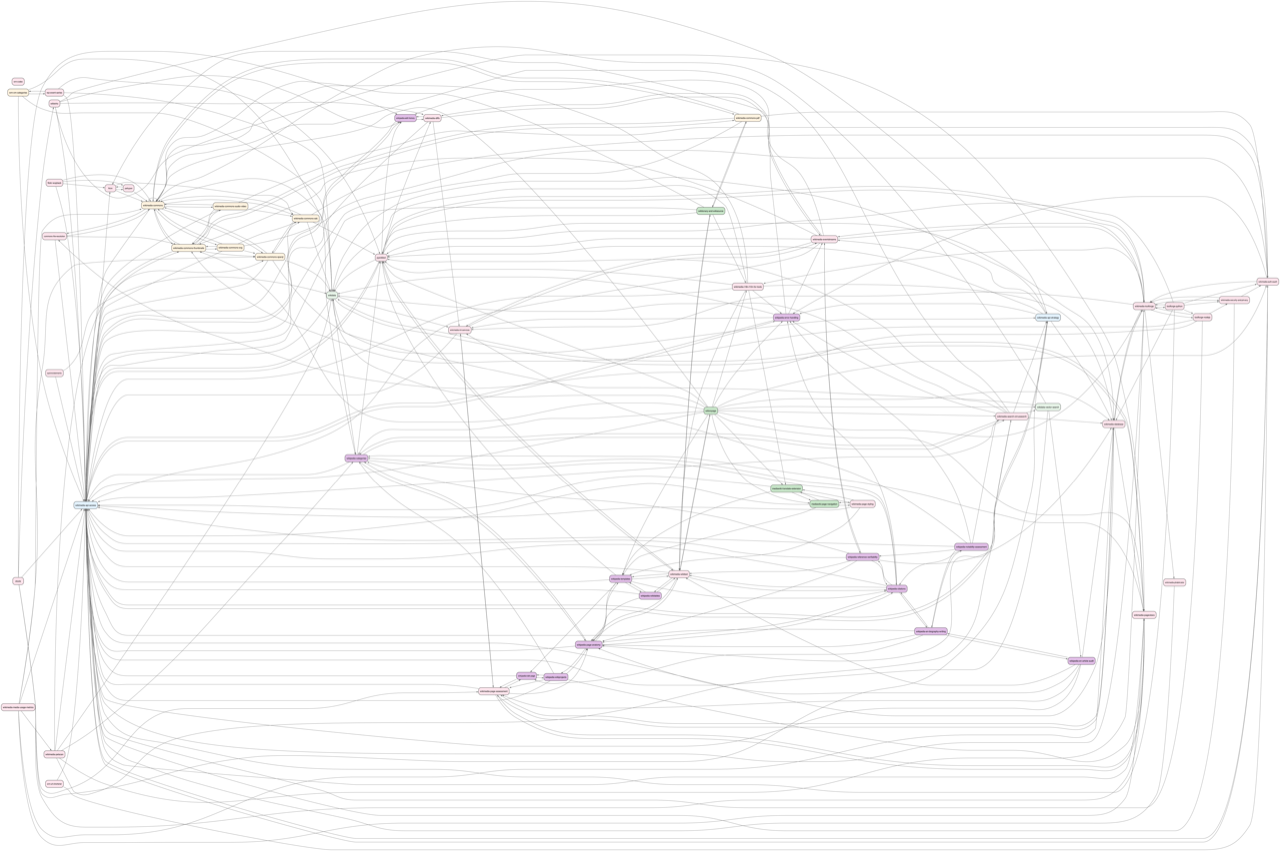
Earlier version of the Graphviz export docs/skills-network.png (fuzheado/Wikipedia-AI-Skills). Its source is kept beside it as docs/skills-network.dot.
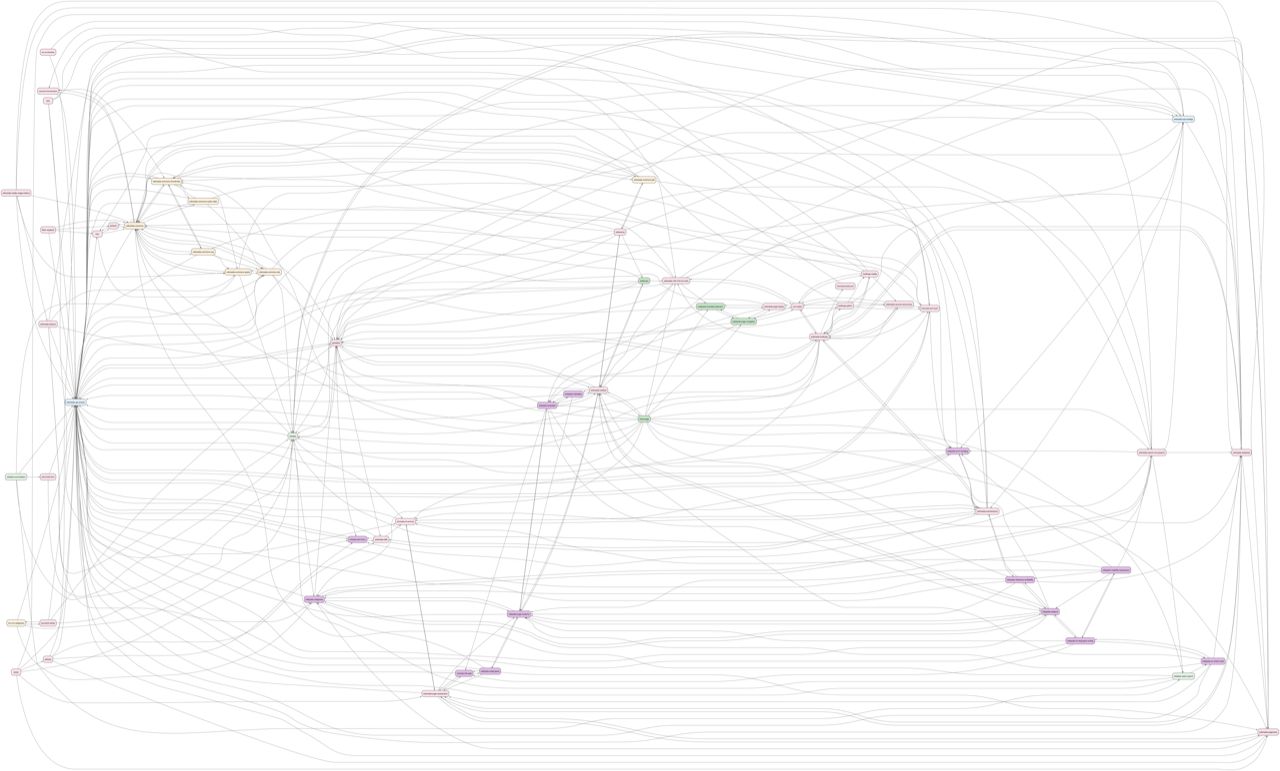
Above is the later version.

The edit, as a diff of the source:
```diff
@@ -8,17 +8,19 @@
   "flickr-wayback-recovery" [label="flickr-wayback", fillcolor="#fce4ec", style="filled,rounded", fontsize=11];
   "mediawiki-page-navigation" [label="mediawiki-page-navigation", fillcolor="#c8e6c9", style="filled,rounded", fontsize=11];
   "mediawiki-translate-extension" [label="mediawiki-translate-extension", fillcolor="#c8e6c9", style="filled,rounded", fontsize=11];
+  "mint" [label="mint", fillcolor="#fce4ec", style="filled,rounded", fontsize=11];
   "pattypan" [label="pattypan", fillcolor="#fce4ec", style="filled,rounded", fontsize=10];
   "pywikibot" [label="pywikibot", fillcolor="#fce4ec", style="filled,rounded", fontsize=11];
   "quickstatements" [label="quickstatements", fillcolor="#fce4ec", style="filled,rounded", fontsize=10];
   "toolforge-nodejs" [label="toolforge-nodejs", fillcolor="#fce4ec", style="filled,rounded", fontsize=11];
   "toolforge-python" [label="toolforge-python", fillcolor="#fce4ec", style="filled,rounded", fontsize=11];
   "wikidata" [label="wikidata", fillcolor="#e8f5e9", style="filled,rounded", fontsize=11];
+  "wikidata-reconciliation" [label="wikidata-reconciliation", fillcolor="#e8f5e9", style="filled,rounded", fontsize=11];
   "wikidata-vector-search" [label="wikidata-vector-search", fillcolor="#e8f5e9", style="filled,rounded", fontsize=11];
   "wikimedia-api-access" [label="wikimedia-api-access", fillcolor="#e3f2fd", style="filled,rounded", fontsize=11];
   "wikimedia-api-strategy" [label="wikimedia-api-strategy", fillcolor="#e3f2fd", style="filled,rounded", fontsize=11];
   "wikimedia-auth-oauth" [label="wikimedia-auth-oauth", fillcolor="#fce4ec", style="filled,rounded", fontsize=10];
-  "wikimedia-codex" [label="wm-codex", fillcolor="#fce4ec", style="filled,rounded", fontsize=10];
+  "wikimedia-codex" [label="wm-codex", fillcolor="#fce4ec", style="filled,rounded", fontsize=11];
   "wikimedia-commons" [label="wikimedia-commons", fillcolor="#fff3e0", style="filled,rounded", fontsize=11];
   "wikimedia-commons-audio-video" [label="wikimedia-commons-audio-video", fillcolor="#fff3e0", style="filled,rounded", fontsize=11];
   "wikimedia-commons-categories" [label="wm-cm-categories", fillcolor="#fff3e0", style="filled,rounded", fontsize=11];
@@ -39,7 +41,7 @@
   "wikimedia-petscan" [label="wikimedia-petscan", fillcolor="#fce4ec", style="filled,rounded", fontsize=11];
   "wikimedia-phabricator" [label="wikimedia-phabricator", fillcolor="#fce4ec", style="filled,rounded", fontsize=10];
   "wikimedia-search-cirrussearch" [label="wikimedia-search-cirrussearch", fillcolor="#fce4ec", style="filled,rounded", fontsize=11];
-  "wikimedia-security-and-privacy" [label="wikimedia-security-and-privacy", fillcolor="#fce4ec", style="filled,rounded", fontsize=10];
+  "wikimedia-security-and-privacy" [label="wikimedia-security-and-privacy", fillcolor="#fce4ec", style="filled,rounded", fontsize=11];
   "wikimedia-toolforge" [label="wikimedia-toolforge", fillcolor="#fce4ec", style="filled,rounded", fontsize=11];
   "wikimedia-url-shortener" [label="wm-url-shortener", fillcolor="#fce4ec", style="filled,rounded", fontsize=10];
   "wikimedia-wikitext" [label="wikimedia-wikitext", fillcolor="#fce4ec", style="filled,rounded", fontsize=11];
@@ -57,9 +59,10 @@
   "wikipedia-wikiprojects" [label="wikipedia-wikiprojects", fillcolor="#e1bee7", style="filled,rounded", fontsize=11];
   "wikipedia-wikitables" [label="wikipedia-wikitables", fillcolor="#e1bee7", style="filled,rounded", fontsize=11];
   "wikiportraits-event-series" [label="wp-event-series", fillcolor="#fce4ec", style="filled,rounded", fontsize=11];
+  "wikisource" [label="wikisource", fillcolor="#fce4ec", style="filled,rounded", fontsize=11];
   "wikivoyage" [label="wikivoyage", fillcolor="#c8e6c9", style="filled,rounded", fontsize=11];
   "wikiwho" [label="wikiwho", fillcolor="#fce4ec", style="filled,rounded", fontsize=11];
-  "wiktionary-and-wikisource" [label="wiktionary-and-wikisource", fillcolor="#c8e6c9", style="filled,rounded", fontsize=11];
+  "wiktionary" [label="wiktionary", fillcolor="#c8e6c9", style="filled,rounded", fontsize=11];
   "xtools" [label="xtools", fillcolor="#fce4ec", style="filled,rounded", fontsize=11];
 
   "commons-file-resolution" -> "wikimedia-api-access";
@@ -74,12 +77,17 @@
   "flickr-wayback-recovery" -> "wikimedia-commons";
   "mediawiki-page-navigation" -> "mediawiki-translate-extension";
   "mediawiki-page-navigation" -> "wikimedia-api-access";
+  "mediawiki-page-navigation" -> "wikimedia-codex";
   "mediawiki-page-navigation" -> "wikimedia-page-styling";
   "mediawiki-page-navigation" -> "wikipedia-templates";
   "mediawiki-translate-extension" -> "mediawiki-page-navigation";
   "mediawiki-translate-extension" -> "wikimedia-api-access";
   "mediawiki-translate-extension" -> "wikimedia-page-styling";
   "mediawiki-translate-extension" -> "wikipedia-templates";
+  "mint" -> "wikimedia-api-access";
+  "mint" -> "wikimedia-api-strategy";
+  "mint" -> "wikimedia-i18n-l10n-for-tools";
+  "mint" -> "wikimedia-ml-services";
   "pattypan" -> "flickr";
   "pattypan" -> "wikimedia-commons";
   "pywikibot" -> "wikidata";
@@ -93,6 +101,7 @@
   "quickstatements" -> "wikimedia-api-access";
   "toolforge-nodejs" -> "commons-file-resolution";
   "toolforge-nodejs" -> "wikimedia-api-access";
+  "toolforge-nodejs" -> "wikimedia-codex";
   "toolforge-nodejs" -> "wikimedia-commons-thumbnails";
   "toolforge-nodejs" -> "wikimedia-security-and-privacy";
   "toolforge-nodejs" -> "wikimedia-toolforge";
@@ -100,6 +109,7 @@
   "toolforge-python" -> "toolforge-nodejs";
   "toolforge-python" -> "wikimedia-api-access";
   "toolforge-python" -> "wikimedia-auth-oauth";
+  "toolforge-python" -> "wikimedia-codex";
   "toolforge-python" -> "wikimedia-database";
   "toolforge-python" -> "wikimedia-security-and-privacy";
   "toolforge-python" -> "wikimedia-toolforge";
@@ -108,6 +118,11 @@
   "wikidata" -> "wikimedia-ml-services";
   "wikidata" -> "wikimedia-pageviews";
   "wikidata" -> "wikipedia-categories";
+  "wikidata-reconciliation" -> "quickstatements";
+  "wikidata-reconciliation" -> "wikidata";
+  "wikidata-reconciliation" -> "wikidata-vector-search";
+  "wikidata-reconciliation" -> "wikimedia-api-access";
+  "wikidata-reconciliation" -> "wikimedia-commons-sdc";
   "wikidata-vector-search" -> "wikidata";
   "wikidata-vector-search" -> "wikimedia-api-access";
   "wikidata-vector-search" -> "wikimedia-commons";
@@ -128,7 +143,16 @@
   "wikimedia-auth-oauth" -> "wikimedia-api-access";
   "wikimedia-auth-oauth" -> "wikimedia-toolforge";
   "wikimedia-auth-oauth" -> "wikipedia-error-handling";
+  "wikimedia-codex" -> "mediawiki-page-navigation";
+  "wikimedia-codex" -> "toolforge-nodejs";
+  "wikimedia-codex" -> "toolforge-python";
+  "wikimedia-codex" -> "wikimedia-i18n-l10n-for-tools";
+  "wikimedia-codex" -> "wikimedia-page-styling";
+  "wikimedia-codex" -> "wikimedia-security-and-privacy";
+  "wikimedia-codex" -> "wikimedia-toolforge";
   "wikimedia-commons" -> "commons-file-resolution";
+  "wikimedia-commons" -> "pattypan";
+  "wikimedia-commons" -> "pywikibot";
   "wikimedia-commons" -> "wikimedia-api-access";
   "wikimedia-commons" -> "wikimedia-commons";
   "wikimedia-commons" -> "wikimedia-commons-audio-video";
@@ -150,7 +174,7 @@
   "wikimedia-commons-pdf" -> "wikimedia-auth-oauth";
   "wikimedia-commons-pdf" -> "wikimedia-commons";
   "wikimedia-commons-pdf" -> "wikimedia-commons-thumbnails";
-  "wikimedia-commons-pdf" -> "wiktionary-and-wikisource";
+  "wikimedia-commons-pdf" -> "wikisource";
   "wikimedia-commons-sdc" -> "pywikibot";
   "wikimedia-commons-sdc" -> "wikidata";
   "wikimedia-commons-sdc" -> "wikimedia-api-access";
@@ -194,6 +218,7 @@
   "wikimedia-i18n-l10n-for-tools" -> "pywikibot";
   "wikimedia-i18n-l10n-for-tools" -> "wikidata";
   "wikimedia-i18n-l10n-for-tools" -> "wikimedia-api-access";
+  "wikimedia-i18n-l10n-for-tools" -> "wikimedia-codex";
   "wikimedia-i18n-l10n-for-tools" -> "wikimedia-commons";
   "wikimedia-i18n-l10n-for-tools" -> "wikimedia-database";
   "wikimedia-i18n-l10n-for-tools" -> "wikimedia-wikitext";
@@ -216,6 +241,7 @@
   "wikimedia-page-styling" -> "mediawiki-page-navigation";
   "wikimedia-page-styling" -> "mediawiki-translate-extension";
   "wikimedia-page-styling" -> "wikimedia-api-access";
+  "wikimedia-page-styling" -> "wikimedia-codex";
   "wikimedia-page-styling" -> "wikipedia-templates";
   "wikimedia-pageviews" -> "wikidata";
   "wikimedia-pageviews" -> "wikimedia-api-access";
@@ -240,11 +266,13 @@
   "wikimedia-search-cirrussearch" -> "wikipedia-page-anatomy";
   "wikimedia-security-and-privacy" -> "wikimedia-api-access";
   "wikimedia-security-and-privacy" -> "wikimedia-auth-oauth";
+  "wikimedia-security-and-privacy" -> "wikimedia-codex";
   "wikimedia-security-and-privacy" -> "wikimedia-toolforge";
   "wikimedia-toolforge" -> "pywikibot";
   "wikimedia-toolforge" -> "toolforge-nodejs";
   "wikimedia-toolforge" -> "toolforge-python";
   "wikimedia-toolforge" -> "wikimedia-api-access";
+  "wikimedia-toolforge" -> "wikimedia-codex";
   "wikimedia-toolforge" -> "wikimedia-database";
   "wikimedia-toolforge" -> "wikimedia-eventstreams";
   "wikimedia-toolforge" -> "wikimedia-i18n-l10n-for-tools";
@@ -255,12 +283,14 @@
   "wikimedia-url-shortener" -> "wikimedia-auth-oauth";
   "wikimedia-wikitext" -> "pywikibot";
   "wikimedia-wikitext" -> "wikimedia-api-access";
+  "wikimedia-wikitext" -> "wikimedia-api-strategy";
   "wikimedia-wikitext" -> "wikipedia-citations";
   "wikimedia-wikitext" -> "wikipedia-page-anatomy";
   "wikimedia-wikitext" -> "wikipedia-templates";
   "wikimedia-wikitext" -> "wikipedia-wikitables";
+  "wikimedia-wikitext" -> "wikisource";
   "wikimedia-wikitext" -> "wikivoyage";
-  "wikimedia-wikitext" -> "wiktionary-and-wikisource";
+  "wikimedia-wikitext" -> "wiktionary";
   "wikipedia-categories" -> "pywikibot";
   "wikipedia-categories" -> "wikimedia-api-access";
   "wikipedia-categories" -> "wikimedia-search-cirrussearch";
@@ -317,6 +347,7 @@
   "wikipedia-talk-page" -> "wikipedia-wikiprojects";
   "wikipedia-templates" -> "pywikibot";
   "wikipedia-templates" -> "wikimedia-api-access";
+  "wikipedia-templates" -> "wikimedia-eventstreams";
   "wikipedia-templates" -> "wikimedia-wikitext";
   "wikipedia-templates" -> "wikipedia-citations";
   "wikipedia-templates" -> "wikipedia-page-anatomy";
@@ -336,6 +367,14 @@
   "wikiportraits-event-series" -> "wikidata";
   "wikiportraits-event-series" -> "wikimedia-api-access";
   "wikiportraits-event-series" -> "wikimedia-commons-categories";
+  "wikisource" -> "pywikibot";
+  "wikisource" -> "wikidata";
+  "wikisource" -> "wikimedia-api-access";
+  "wikisource" -> "wikimedia-commons";
+  "wikisource" -> "wikimedia-commons-pdf";
+  "wikisource" -> "wikimedia-pageviews";
+  "wikisource" -> "wikimedia-wikitext";
+  "wikisource" -> "wiktionary";
   "wikivoyage" -> "mediawiki-page-navigation";
   "wikivoyage" -> "mediawiki-translate-extension";
   "wikivoyage" -> "pywikibot";
@@ -359,12 +398,12 @@
   "wikiwho" -> "wikimedia-diffs";
   "wikiwho" -> "wikimedia-pageviews";
   "wikiwho" -> "wikipedia-edit-history";
-  "wiktionary-and-wikisource" -> "pywikibot";
-  "wiktionary-and-wikisource" -> "wikimedia-api-access";
-  "wiktionary-and-wikisource" -> "wikimedia-commons";
-  "wiktionary-and-wikisource" -> "wikimedia-commons-pdf";
-  "wiktionary-and-wikisource" -> "wikimedia-i18n-l10n-for-tools";
-  "wiktionary-and-wikisource" -> "wikimedia-wikitext";
+  "wiktionary" -> "pywikibot";
+  "wiktionary" -> "wikidata";
+  "wiktionary" -> "wikimedia-api-access";
+  "wiktionary" -> "wikimedia-commons";
+  "wiktionary" -> "wikimedia-i18n-l10n-for-tools";
+  "wiktionary" -> "wikimedia-wikitext";
   "xtools" -> "wikimedia-api-access";
   "xtools" -> "wikimedia-api-strategy";
   "xtools" -> "wikimedia-page-assessment";
```
